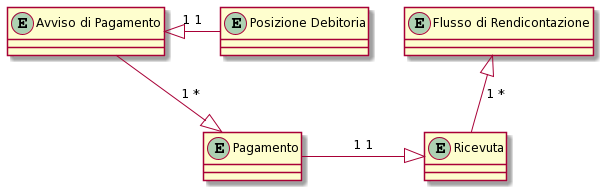
pagopa/devportal-docs keeps this PlantUML diagram as docs/9E4vGfV6bOPGpOwZoKIm/.gitbook/assets/modello_dati (1).png. Above is the earlier version.
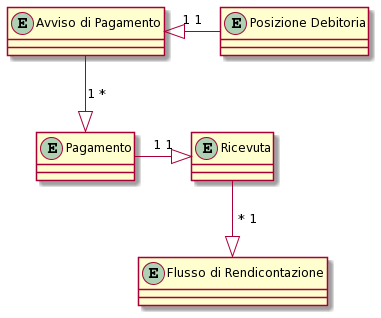
Later version of the same file.

What changed in the source:
```diff
@@ -8,5 +8,5 @@
 Avviso <|- Posizione: "1 1"
 Avviso --|> Pagamento: "1 *"
 Pagamento -|> Ricevuta: "1 1"
-Flusso <|-- Ricevuta : "1 *"
+Ricevuta --|> Flusso: " * 1"
 @enduml
```
